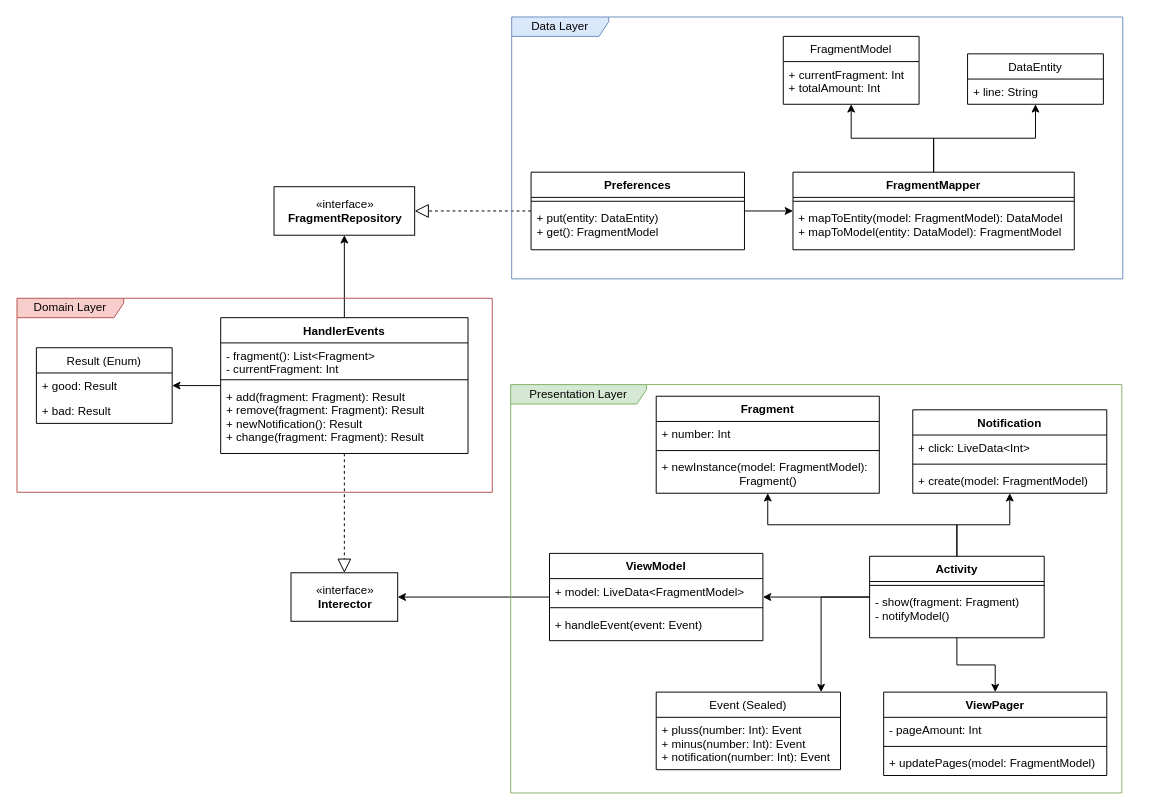
The draw.io diagram swiper.drawio in trilko/swiper, before the edit. Source tidied: cells renumbered, new cells numbered last; positions are measured from the earlier drawing's top-left corner, leaving out a move shared by most shapes. Both pictures are drawn from the tidied source at 97%, with x=0, y=0 at pixel (16, 16).
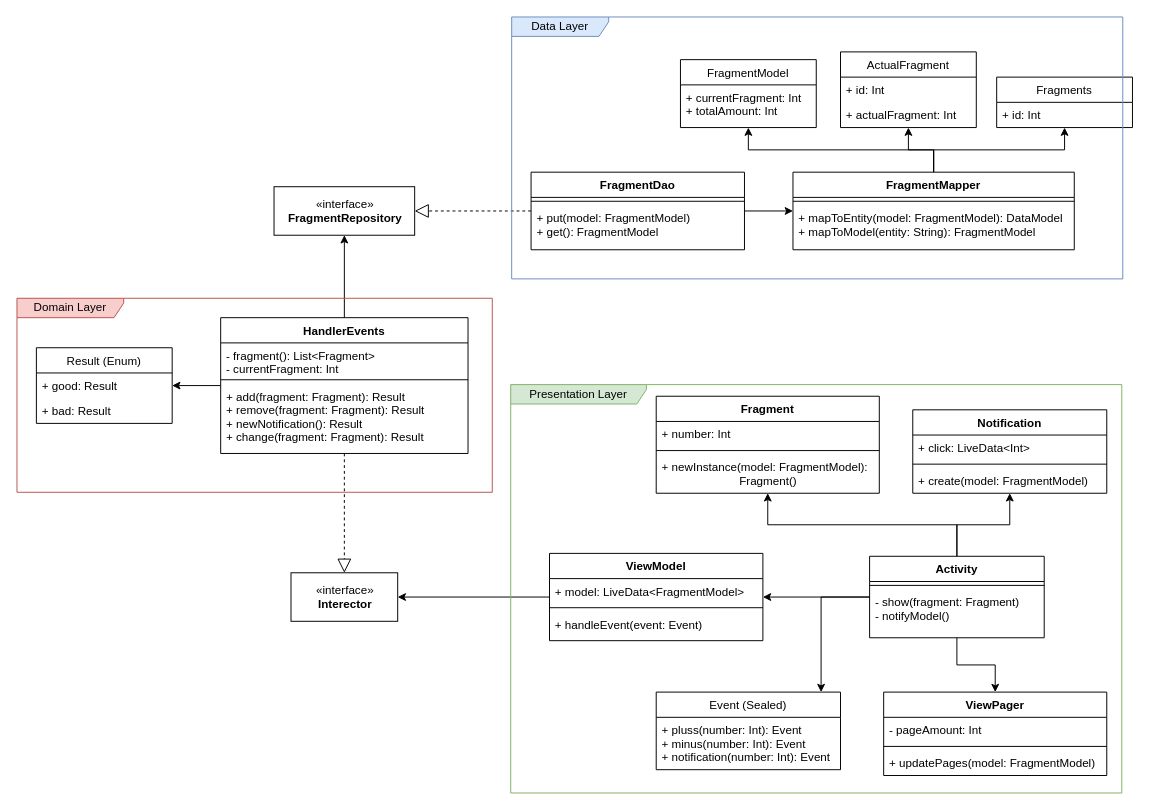
After the change.

Unchanged cells that the change refers to:
```xml
<mxCell id="28" value="FragmentMapper" style="swimlane;fontStyle=1;align=center;verticalAlign=top;horizontal=1;startSize=26;" parent="1" vertex="1">
  <mxGeometry x="800" y="160" width="290" height="80" as="geometry" />
</mxCell>
```

Change to the diagram source:
```diff
@@
-    <mxCell id="14" value="Preferences" style="swimlane;fontStyle=1;align=center;verticalAlign=top;horizontal=1;startSize=26;" parent="1" vertex="1">
+    <mxCell id="14" value="FragmentDao" style="swimlane;fontStyle=1;align=center;verticalAlign=top;horizontal=1;startSize=26;" parent="1" vertex="1">
       <mxGeometry x="530" y="160" width="220" height="80" as="geometry" />
     </mxCell>
@@
-    <mxCell id="16" value="+ put(entity: DataEntity)&#10;+ get(): FragmentModel" style="text;strokeColor=none;fillColor=none;align=left;verticalAlign=top;spacingLeft=4;spacingRight=4;overflow=hidden;" parent="14" vertex="1">
+    <mxCell id="16" value="+ put(model: FragmentModel)&#10;+ get(): FragmentModel" style="text;strokeColor=none;fillColor=none;align=left;verticalAlign=top;spacingLeft=4;spacingRight=4;overflow=hidden;" parent="14" vertex="1">
       <mxGeometry y="34" width="220" height="46" as="geometry" />
     </mxCell>
@@
-    <mxCell id="27" style="edgeStyle=orthogonalEdgeStyle;rounded=0;jettySize=auto;html=1;" parent="1" edge="1" source="28" target="33">
-      <mxGeometry relative="1" as="geometry" />
-    </mxCell>
+    <mxCell id="58" style="edgeStyle=orthogonalEdgeStyle;rounded=0;jettySize=auto;html=1;endArrow=classic;endFill=1;" parent="1" edge="1" source="28" target="60">
+      <mxGeometry relative="1" as="geometry" />
+    </mxCell>
+    <mxCell id="59" style="edgeStyle=orthogonalEdgeStyle;rounded=0;jettySize=auto;html=1;endArrow=classic;endFill=1;" parent="1" edge="1" source="28" target="63">
+      <mxGeometry relative="1" as="geometry" />
+    </mxCell>
@@
-    <mxCell id="30" value="+ mapToEntity(model: FragmentModel): DataModel&#10;+ mapToModel(entity: DataModel): FragmentModel" style="text;strokeColor=none;fillColor=none;align=left;verticalAlign=top;spacingLeft=4;spacingRight=4;overflow=hidden;" parent="28" vertex="1">
+    <mxCell id="30" value="+ mapToEntity(model: FragmentModel): DataModel&#10;+ mapToModel(entity: String): FragmentModel" style="text;strokeColor=none;fillColor=none;align=left;verticalAlign=top;spacingLeft=4;spacingRight=4;overflow=hidden;" parent="28" vertex="1">
       <mxGeometry y="34" width="290" height="46" as="geometry" />
     </mxCell>
     <mxCell id="31" value="FragmentModel" style="swimlane;fontStyle=0;horizontal=1;startSize=26;fillColor=none;" parent="1" vertex="1">
-      <mxGeometry x="790" y="20" width="140" height="70" as="geometry" />
+      <mxGeometry x="684" y="44" width="140" height="70" as="geometry" />
     </mxCell>
@@
-    <mxCell id="33" value="DataEntity" style="swimlane;fontStyle=0;horizontal=1;startSize=26;fillColor=none;" parent="1" vertex="1">
-      <mxGeometry x="980" y="38" width="140" height="52" as="geometry" />
-    </mxCell>
-    <mxCell id="34" value="+ line: String" style="text;strokeColor=none;fillColor=none;align=left;verticalAlign=top;spacingLeft=4;spacingRight=4;overflow=hidden;" parent="33" vertex="1">
-      <mxGeometry y="26" width="140" height="26" as="geometry" />
-    </mxCell>
@@
+    <mxCell id="60" value="ActualFragment" style="swimlane;fontStyle=0;horizontal=1;startSize=26;fillColor=none;" parent="1" vertex="1">
+      <mxGeometry x="849" y="36" width="140" height="78" as="geometry" />
+    </mxCell>
+    <mxCell id="61" value="+ id: Int" style="text;strokeColor=none;fillColor=none;align=left;verticalAlign=top;spacingLeft=4;spacingRight=4;overflow=hidden;" parent="60" vertex="1">
+      <mxGeometry y="26" width="140" height="26" as="geometry" />
+    </mxCell>
+    <mxCell id="62" value="+ actualFragment: Int" style="text;strokeColor=none;fillColor=none;align=left;verticalAlign=top;spacingLeft=4;spacingRight=4;overflow=hidden;" parent="60" vertex="1">
+      <mxGeometry y="52" width="140" height="26" as="geometry" />
+    </mxCell>
+    <mxCell id="63" value="Fragments" style="swimlane;fontStyle=0;horizontal=1;startSize=26;fillColor=none;" parent="1" vertex="1">
+      <mxGeometry x="1010" y="62" width="140" height="52" as="geometry" />
+    </mxCell>
+    <mxCell id="64" value="+ id: Int" style="text;strokeColor=none;fillColor=none;align=left;verticalAlign=top;spacingLeft=4;spacingRight=4;overflow=hidden;" parent="63" vertex="1">
+      <mxGeometry y="26" width="140" height="26" as="geometry" />
+    </mxCell>
```
